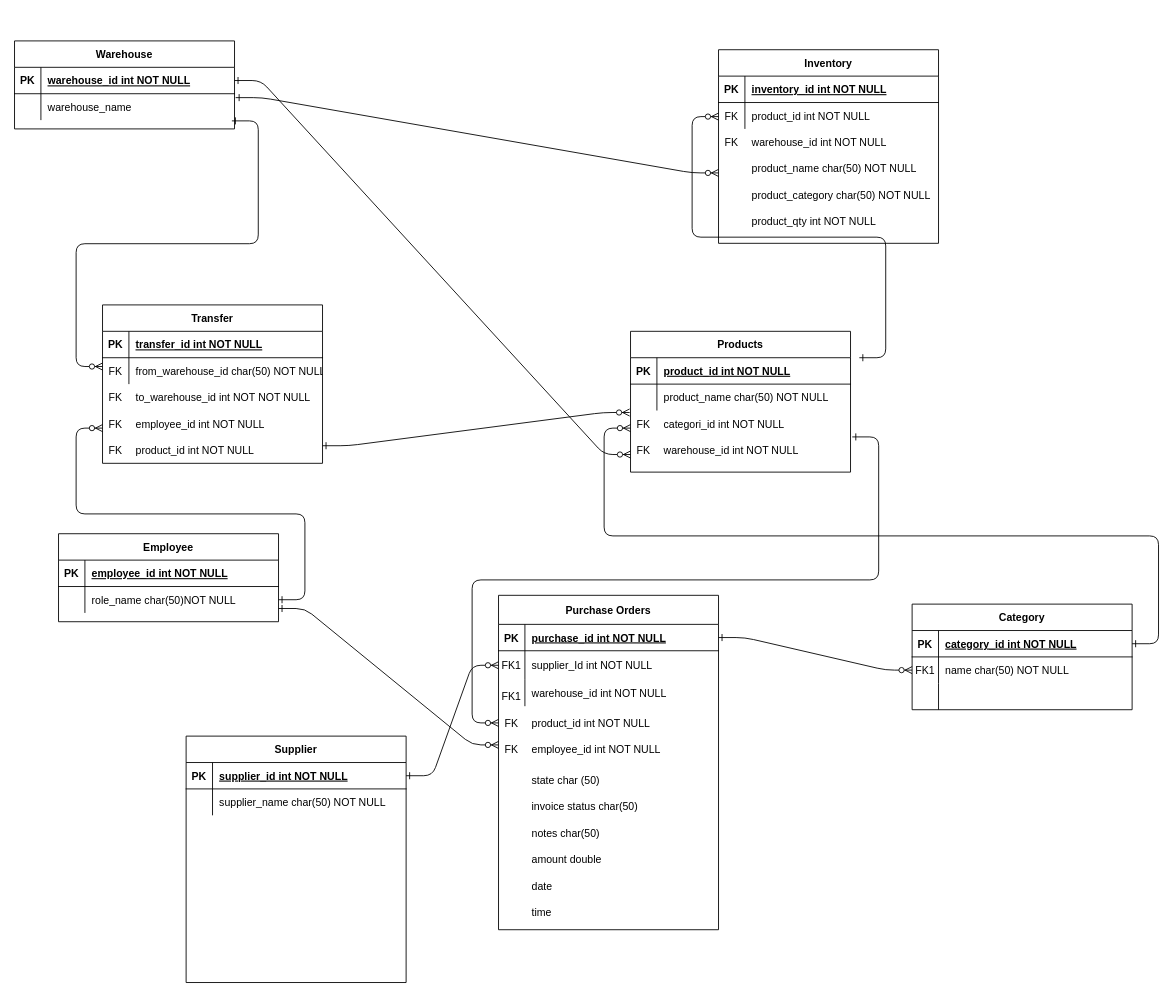
This is diagrams/ERD.drawio from BhathiyaPrasad/odoo-inventory-pasalka, a draw.io file, before an edit. Source tidied: cells renumbered, new cells numbered last; positions are measured from the earlier drawing's top-left corner, leaving out a move shared by most shapes. Both pictures are drawn from the tidied source at 88%, with x=0, y=0 at pixel (14, 40).
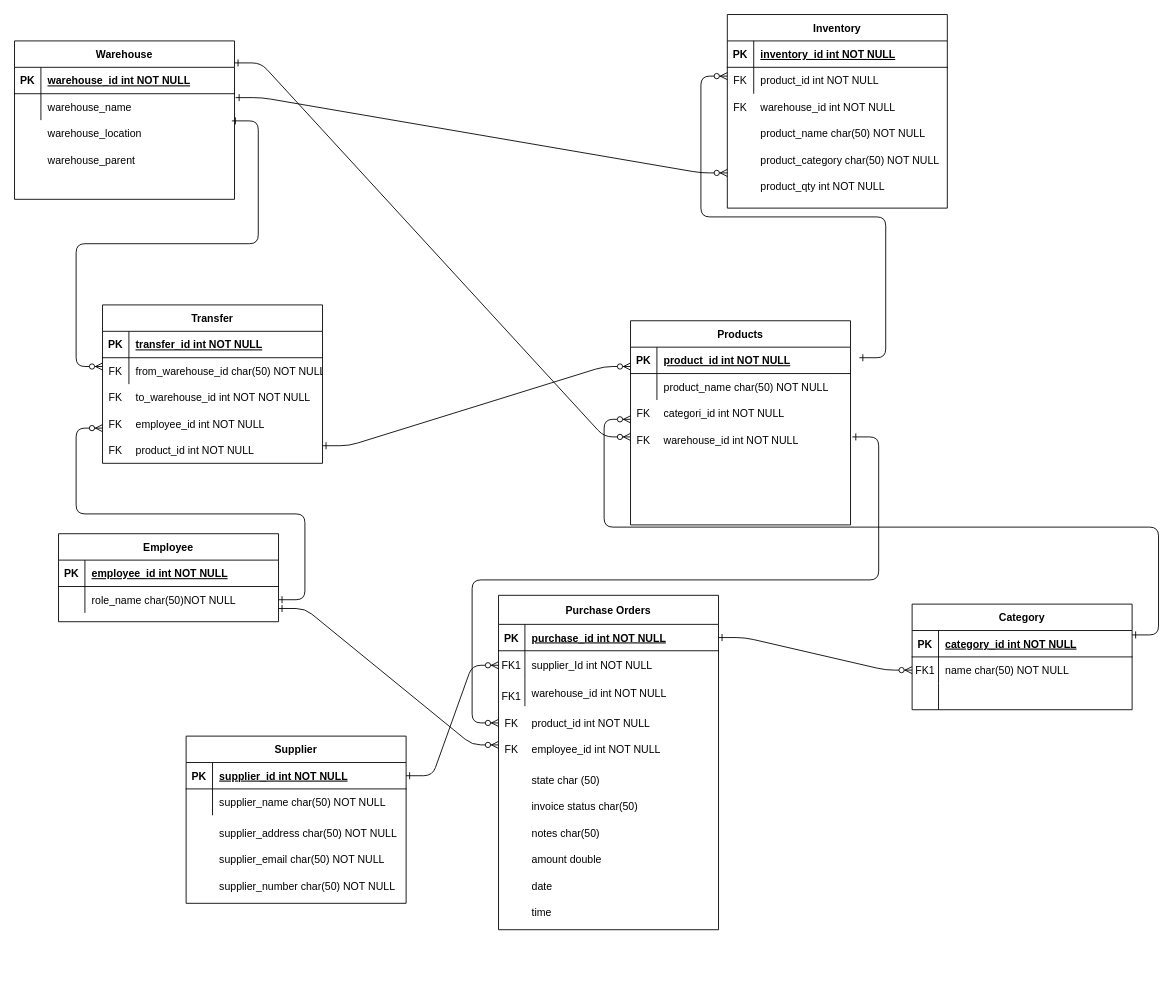
The same diagram, later.

Unchanged cells that the change refers to:
```xml
<mxCell id="15" style="shape=partialRectangle;fillColor=none;points=[[0,0.5],[1,0.5]];portConstraint=eastwest;top=0;left=0;right=0;bottom=1;" parent="14" vertex="1">
  <mxGeometry y="30" width="250" height="30" as="geometry" />
</mxCell>
<mxCell id="32" style="shape=partialRectangle;fillColor=none;points=[[0,0.5],[1,0.5]];portConstraint=eastwest;top=0;left=0;right=0;bottom=1;" parent="31" vertex="1">
  <mxGeometry y="30" width="250" height="30" as="geometry" />
</mxCell>
<mxCell id="35" style="shape=partialRectangle;fillColor=none;points=[[0,0.5],[1,0.5]];portConstraint=eastwest;top=0;left=0;right=0;bottom=0;" parent="31" vertex="1">
  <mxGeometry y="60" width="250" height="30" as="geometry" />
</mxCell>
<mxCell id="39" style="shape=partialRectangle;fillColor=none;points=[[0,0.5],[1,0.5]];portConstraint=eastwest;top=0;left=0;right=0;bottom=1;" parent="38" vertex="1">
  <mxGeometry y="30" width="250" height="30" as="geometry" />
</mxCell>
<mxCell id="42" style="shape=partialRectangle;fillColor=none;points=[[0,0.5],[1,0.5]];portConstraint=eastwest;top=0;left=0;right=0;bottom=0;" parent="38" vertex="1">
  <mxGeometry y="60" width="250" height="30" as="geometry" />
</mxCell>
```

Change to the diagram source:
```diff
@@
     <mxCell id="24" value="Supplier" style="shape=table;startSize=30;childLayout=tableLayout;rowLines=0;fontStyle=1;align=center;" parent="1" vertex="1">
-      <mxGeometry x="195" y="790" width="250" height="280" as="geometry" />
+      <mxGeometry x="195" y="790" width="250" height="190" as="geometry" />
     </mxCell>
@@
     <mxCell id="31" value="Products" style="shape=table;startSize=30;childLayout=tableLayout;rowLines=0;fontStyle=1;align=center;" parent="1" vertex="1">
-      <mxGeometry x="700" y="330" width="250" height="160" as="geometry" />
+      <mxGeometry x="700" y="318" width="250" height="232" as="geometry" />
     </mxCell>
@@
     <mxCell id="38" value="Warehouse" style="shape=table;startSize=30;childLayout=tableLayout;rowLines=0;fontStyle=1;align=center;" parent="1" vertex="1">
-      <mxGeometry width="250" height="100" as="geometry" />
+      <mxGeometry width="250" height="180" as="geometry" />
     </mxCell>
@@
-    <mxCell id="45" style="edgeStyle=entityRelationEdgeStyle;endArrow=ERzeroToMany;startArrow=ERone;endFill=1;startFill=0;exitX=1;exitY=0.5;exitDx=0;exitDy=0;" parent="1" edge="1" source="39">
+    <mxCell id="45" style="edgeStyle=entityRelationEdgeStyle;endArrow=ERzeroToMany;startArrow=ERone;endFill=1;startFill=0;exitX=1;exitY=0.5;exitDx=0;exitDy=0;" parent="1" edge="1">
       <mxGeometry relative="1" as="geometry">
-        <mxPoint x="700" y="470" as="targetPoint" />
+        <mxPoint x="250" y="25" as="sourcePoint" />
+        <mxPoint x="700" y="450" as="targetPoint" />
         <Array as="points">
-          <mxPoint x="700" y="470" />
+          <mxPoint x="700" y="450" />
         </Array>
       </mxGeometry>
     </mxCell>
     <mxCell id="46" value="Inventory" style="shape=table;startSize=30;childLayout=tableLayout;rowLines=0;fontStyle=1;align=center;" parent="1" vertex="1">
-      <mxGeometry x="800" y="10" width="250" height="220" as="geometry" />
+      <mxGeometry x="810" y="-30" width="250" height="220" as="geometry" />
     </mxCell>
@@
     <mxCell id="70" value="categori_id int NOT NULL" style="shape=partialRectangle;overflow=hidden;fillColor=none;top=0;left=0;bottom=0;right=0;align=left;spacingLeft=6;" parent="1" vertex="1">
-      <mxGeometry x="730" y="420" width="220" height="30" as="geometry" />
+      <mxGeometry x="730" y="408" width="220" height="30" as="geometry" />
     </mxCell>
     <mxCell id="71" value="warehouse_id int NOT NULL" style="shape=partialRectangle;overflow=hidden;fillColor=none;top=0;left=0;bottom=0;right=0;align=left;spacingLeft=6;" parent="1" vertex="1">
-      <mxGeometry x="830" y="100" width="220" height="30" as="geometry" />
+      <mxGeometry x="840" y="60" width="220" height="30" as="geometry" />
     </mxCell>
     <mxCell id="72" value="FK" style="shape=partialRectangle;overflow=hidden;fillColor=none;top=0;left=0;bottom=0;right=0;" parent="1" vertex="1">
-      <mxGeometry x="800" y="100" width="30" height="30" as="geometry" />
+      <mxGeometry x="810" y="60" width="30" height="30" as="geometry" />
     </mxCell>
@@
-    <mxCell id="76" style="edgeStyle=entityRelationEdgeStyle;endArrow=ERzeroToMany;startArrow=ERone;endFill=1;startFill=0;exitX=1.005;exitY=0.148;exitDx=0;exitDy=0;entryX=0;entryY=0.5;entryDx=0;entryDy=0;exitPerimeter=0;" parent="1" edge="1" source="42">
+    <mxCell id="76" style="edgeStyle=entityRelationEdgeStyle;endArrow=ERzeroToMany;startArrow=ERone;endFill=1;startFill=0;exitX=1.005;exitY=0.148;exitDx=0;exitDy=0;exitPerimeter=0;" parent="1" edge="1" source="42">
       <mxGeometry relative="1" as="geometry">
-        <mxPoint x="800" y="150" as="targetPoint" />
+        <mxPoint x="810" y="150" as="targetPoint" />
         <Array as="points">
           <mxPoint x="350" y="130" />
         </Array>
       </mxGeometry>
     </mxCell>
     <mxCell id="77" style="edgeStyle=entityRelationEdgeStyle;endArrow=ERzeroToMany;startArrow=ERone;endFill=1;startFill=0;exitX=1;exitY=0.5;exitDx=0;exitDy=0;" parent="1" edge="1">
       <mxGeometry relative="1" as="geometry">
         <mxPoint x="960" y="360" as="sourcePoint" />
-        <mxPoint x="800" y="86" as="targetPoint" />
+        <mxPoint x="810" y="40" as="targetPoint" />
         <Array as="points">
           <mxPoint x="870" y="265" />
           <mxPoint x="980" y="315" />
           <mxPoint x="870" y="275" />
           <mxPoint x="810" y="75" />
         </Array>
       </mxGeometry>
     </mxCell>
@@
-    <mxCell id="79" style="edgeStyle=entityRelationEdgeStyle;endArrow=ERzeroToMany;startArrow=ERone;endFill=1;startFill=0;entryX=-0.004;entryY=1.075;entryDx=0;entryDy=0;entryPerimeter=0;" parent="1" edge="1" target="35">
+    <mxCell id="79" style="edgeStyle=entityRelationEdgeStyle;endArrow=ERzeroToMany;startArrow=ERone;endFill=1;startFill=0;entryX=0;entryY=0.733;entryDx=0;entryDy=0;entryPerimeter=0;" parent="1" edge="1" target="32">
       <mxGeometry relative="1" as="geometry">
         <mxPoint x="350" y="460" as="sourcePoint" />
+        <Array as="points">
+          <mxPoint x="700" y="370" />
+        </Array>
       </mxGeometry>
     </mxCell>
@@
-    <mxCell id="83" style="edgeStyle=entityRelationEdgeStyle;endArrow=ERzeroToMany;startArrow=ERone;endFill=1;startFill=0;exitX=1;exitY=0.5;exitDx=0;exitDy=0;" parent="1" edge="1" source="15">
+    <mxCell id="83" style="edgeStyle=entityRelationEdgeStyle;endArrow=ERzeroToMany;startArrow=ERone;endFill=1;startFill=0;exitX=1;exitY=0.5;exitDx=0;exitDy=0;" parent="1" edge="1">
       <mxGeometry relative="1" as="geometry">
-        <mxPoint x="700" y="440" as="targetPoint" />
+        <mxPoint x="1270" y="675" as="sourcePoint" />
+        <mxPoint x="700" y="430" as="targetPoint" />
+        <Array as="points">
+          <mxPoint x="680" y="550" />
+          <mxPoint x="990" y="600" />
+          <mxPoint x="1000" y="600" />
+        </Array>
       </mxGeometry>
     </mxCell>
     <mxCell id="84" value="FK" style="shape=partialRectangle;overflow=hidden;fillColor=none;top=0;left=0;bottom=0;right=0;" parent="1" vertex="1">
-      <mxGeometry x="700" y="420" width="30" height="30" as="geometry" />
+      <mxGeometry x="700" y="408" width="30" height="30" as="geometry" />
     </mxCell>
@@
     <mxCell id="89" value="warehouse_id int NOT NULL" style="shape=partialRectangle;overflow=hidden;fillColor=none;top=0;left=0;bottom=0;right=0;align=left;spacingLeft=6;" parent="1" vertex="1">
-      <mxGeometry x="730" y="450" width="220" height="30" as="geometry" />
+      <mxGeometry x="730" y="438" width="220" height="30" as="geometry" />
     </mxCell>
     <mxCell id="90" value="FK" style="shape=partialRectangle;overflow=hidden;fillColor=none;top=0;left=0;bottom=0;right=0;" parent="1" vertex="1">
-      <mxGeometry x="700" y="450" width="30" height="30" as="geometry" />
+      <mxGeometry x="700" y="438" width="30" height="30" as="geometry" />
     </mxCell>
@@
     <mxCell id="99" value="product_name char(50) NOT NULL" style="shape=partialRectangle;overflow=hidden;fillColor=none;top=0;left=0;bottom=0;right=0;align=left;spacingLeft=6;" parent="1" vertex="1">
-      <mxGeometry x="830" y="130" width="220" height="30" as="geometry" />
+      <mxGeometry x="840" y="90" width="220" height="30" as="geometry" />
     </mxCell>
     <mxCell id="100" value="product_category char(50) NOT NULL" style="shape=partialRectangle;overflow=hidden;fillColor=none;top=0;left=0;bottom=0;right=0;align=left;spacingLeft=6;" parent="1" vertex="1">
-      <mxGeometry x="830" y="160" width="220" height="30" as="geometry" />
+      <mxGeometry x="840" y="120" width="220" height="30" as="geometry" />
     </mxCell>
     <mxCell id="101" value="product_qty int NOT NULL" style="shape=partialRectangle;overflow=hidden;fillColor=none;top=0;left=0;bottom=0;right=0;align=left;spacingLeft=6;" parent="1" vertex="1">
-      <mxGeometry x="830" y="190" width="220" height="30" as="geometry" />
+      <mxGeometry x="840" y="150" width="220" height="30" as="geometry" />
     </mxCell>
+    <mxCell id="102" value="supplier_number char(50) NOT NULL" style="shape=partialRectangle;overflow=hidden;fillColor=none;top=0;left=0;bottom=0;right=0;align=left;spacingLeft=6;" parent="1" vertex="1">
+      <mxGeometry x="225" y="945" width="220" height="30" as="geometry" />
+    </mxCell>
+    <mxCell id="103" value="supplier_address char(50) NOT NULL" style="shape=partialRectangle;overflow=hidden;fillColor=none;top=0;left=0;bottom=0;right=0;align=left;spacingLeft=6;" parent="1" vertex="1">
+      <mxGeometry x="225" y="885" width="220" height="30" as="geometry" />
+    </mxCell>
+    <mxCell id="104" value="supplier_email char(50) NOT NULL" style="shape=partialRectangle;overflow=hidden;fillColor=none;top=0;left=0;bottom=0;right=0;align=left;spacingLeft=6;" parent="1" vertex="1">
+      <mxGeometry x="225" y="915" width="220" height="30" as="geometry" />
+    </mxCell>
+    <mxCell id="105" value="warehouse_location" style="shape=partialRectangle;overflow=hidden;fillColor=none;top=0;left=0;bottom=0;right=0;align=left;spacingLeft=6;" parent="1" vertex="1">
+      <mxGeometry x="30" y="90" width="220" height="30" as="geometry" />
+    </mxCell>
+    <mxCell id="106" value="warehouse_parent " style="shape=partialRectangle;overflow=hidden;fillColor=none;top=0;left=0;bottom=0;right=0;align=left;spacingLeft=6;" parent="1" vertex="1">
+      <mxGeometry x="30" y="120" width="220" height="30" as="geometry" />
+    </mxCell>
```
